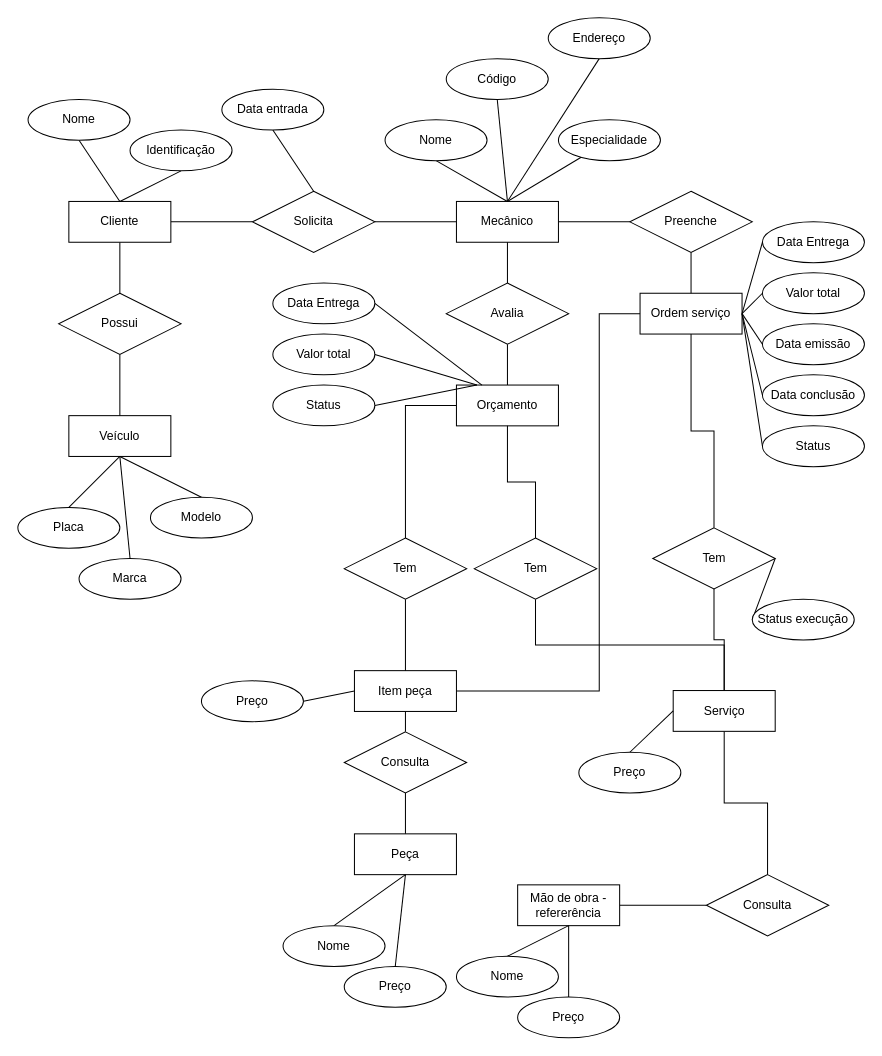
Above: modelo/Diagrama Oficina.drawio in repodi/dio-desafio-database-experience-02 (draw.io), before the change. Source tidied: cells renumbered, new cells numbered last; positions are measured from the earlier drawing's top-left corner, leaving out a move shared by most shapes. Both pictures are drawn from the tidied source at 102%, with x=0, y=0 at pixel (17, 17).
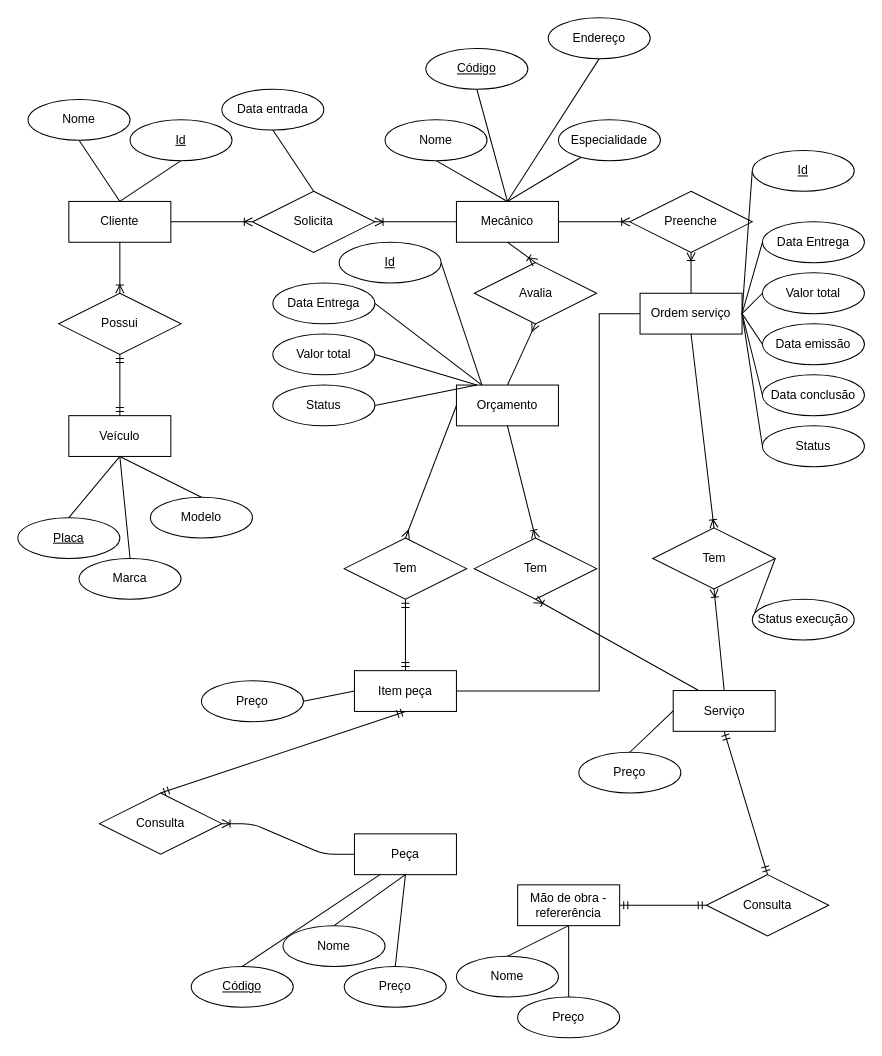
After the change.

Unchanged cells that the change refers to:
```xml
<mxCell id="3" value="Ordem serviço" style="whiteSpace=wrap;html=1;align=center;" parent="1" vertex="1">
  <mxGeometry x="610" y="270" width="100" height="40" as="geometry" />
</mxCell>
<mxCell id="6" value="Cliente" style="whiteSpace=wrap;html=1;align=center;" parent="1" vertex="1">
  <mxGeometry x="50" y="180" width="100" height="40" as="geometry" />
</mxCell>
<mxCell id="8" value="Mecânico" style="whiteSpace=wrap;html=1;align=center;" parent="1" vertex="1">
  <mxGeometry x="430" y="180" width="100" height="40" as="geometry" />
</mxCell>
<mxCell id="10" value="Item peça" style="whiteSpace=wrap;html=1;align=center;" parent="1" vertex="1">
  <mxGeometry x="330" y="640" width="100" height="40" as="geometry" />
</mxCell>
<mxCell id="12" value="Serviço" style="whiteSpace=wrap;html=1;align=center;" parent="1" vertex="1">
  <mxGeometry x="642.5" y="659.5" width="100" height="40" as="geometry" />
</mxCell>
<mxCell id="13" value="Veículo" style="whiteSpace=wrap;html=1;align=center;" parent="1" vertex="1">
  <mxGeometry x="50" y="390" width="100" height="40" as="geometry" />
</mxCell>
<mxCell id="15" value="Possui" style="shape=rhombus;perimeter=rhombusPerimeter;whiteSpace=wrap;html=1;align=center;" parent="1" vertex="1">
  <mxGeometry x="40" y="270" width="120" height="60" as="geometry" />
</mxCell>
<mxCell id="17" value="Solicita" style="shape=rhombus;perimeter=rhombusPerimeter;whiteSpace=wrap;html=1;align=center;" parent="1" vertex="1">
  <mxGeometry x="230" y="170" width="120" height="60" as="geometry" />
</mxCell>
<mxCell id="22" value="Tem" style="shape=rhombus;perimeter=rhombusPerimeter;whiteSpace=wrap;html=1;align=center;" parent="1" vertex="1">
  <mxGeometry x="320" y="510" width="120" height="60" as="geometry" />
</mxCell>
<mxCell id="24" value="Preenche" style="shape=rhombus;perimeter=rhombusPerimeter;whiteSpace=wrap;html=1;align=center;" parent="1" vertex="1">
  <mxGeometry x="600" y="170" width="120" height="60" as="geometry" />
</mxCell>
<mxCell id="26" value="Mão de obra - refererência" style="whiteSpace=wrap;html=1;align=center;" parent="1" vertex="1">
  <mxGeometry x="490" y="850" width="100" height="40" as="geometry" />
</mxCell>
<mxCell id="27" value="Peça" style="whiteSpace=wrap;html=1;align=center;" parent="1" vertex="1">
  <mxGeometry x="330" y="800" width="100" height="40" as="geometry" />
</mxCell>
<mxCell id="31" value="Consulta" style="shape=rhombus;perimeter=rhombusPerimeter;whiteSpace=wrap;html=1;align=center;" parent="1" vertex="1">
  <mxGeometry x="675" y="840" width="120" height="60" as="geometry" />
</mxCell>
<mxCell id="63" value="Orçamento" style="whiteSpace=wrap;html=1;align=center;" parent="1" vertex="1">
  <mxGeometry x="430" y="360" width="100" height="40" as="geometry" />
</mxCell>
<mxCell id="66" value="Tem" style="shape=rhombus;perimeter=rhombusPerimeter;whiteSpace=wrap;html=1;align=center;" parent="1" vertex="1">
  <mxGeometry x="447.5" y="510" width="120" height="60" as="geometry" />
</mxCell>
<mxCell id="82" value="Tem" style="shape=rhombus;perimeter=rhombusPerimeter;whiteSpace=wrap;html=1;align=center;" parent="1" vertex="1">
  <mxGeometry x="622.5" y="500" width="120" height="60" as="geometry" />
</mxCell>
```

Diff of the diagram source:
```diff
@@
-    <mxCell id="2" style="edgeStyle=orthogonalEdgeStyle;rounded=0;jettySize=auto;html=1;exitX=0.5;exitY=1;exitDx=0;exitDy=0;entryX=0.5;entryY=0;entryDx=0;entryDy=0;endArrow=none;endFill=0;" parent="1" edge="1" source="3" target="82">
-      <mxGeometry relative="1" as="geometry" />
-    </mxCell>
@@
-    <mxCell id="4" style="edgeStyle=orthogonalEdgeStyle;rounded=0;jettySize=auto;html=1;exitX=0.5;exitY=1;exitDx=0;exitDy=0;endArrow=none;endFill=0;" parent="1" edge="1" source="6" target="15">
-      <mxGeometry relative="1" as="geometry" />
-    </mxCell>
-    <mxCell id="5" style="edgeStyle=orthogonalEdgeStyle;rounded=0;jettySize=auto;html=1;exitX=1;exitY=0.5;exitDx=0;exitDy=0;entryX=0;entryY=0.5;entryDx=0;entryDy=0;endArrow=none;endFill=0;" parent="1" edge="1" source="6" target="17">
-      <mxGeometry relative="1" as="geometry" />
-    </mxCell>
@@
-    <mxCell id="7" style="edgeStyle=orthogonalEdgeStyle;rounded=0;jettySize=auto;html=1;exitX=1;exitY=0.5;exitDx=0;exitDy=0;entryX=0;entryY=0.5;entryDx=0;entryDy=0;endArrow=none;endFill=0;" parent="1" edge="1" source="8" target="24">
-      <mxGeometry relative="1" as="geometry" />
-    </mxCell>
@@
-    <mxCell id="11" style="edgeStyle=orthogonalEdgeStyle;rounded=0;jettySize=auto;html=1;exitX=0.5;exitY=1;exitDx=0;exitDy=0;entryX=0.5;entryY=0;entryDx=0;entryDy=0;endArrow=none;endFill=0;" parent="1" edge="1" source="12" target="31">
-      <mxGeometry relative="1" as="geometry" />
-    </mxCell>
@@
-    <mxCell id="14" style="edgeStyle=orthogonalEdgeStyle;rounded=0;jettySize=auto;html=1;exitX=0.5;exitY=1;exitDx=0;exitDy=0;entryX=0.5;entryY=0;entryDx=0;entryDy=0;endArrow=none;endFill=0;" parent="1" edge="1" source="15" target="13">
-      <mxGeometry relative="1" as="geometry" />
-    </mxCell>
@@
-    <mxCell id="16" style="edgeStyle=orthogonalEdgeStyle;rounded=0;jettySize=auto;html=1;exitX=1;exitY=0.5;exitDx=0;exitDy=0;endArrow=none;endFill=0;" parent="1" edge="1" source="17" target="8">
-      <mxGeometry relative="1" as="geometry" />
-    </mxCell>
@@
-    <mxCell id="18" style="edgeStyle=orthogonalEdgeStyle;rounded=0;jettySize=auto;html=1;exitX=0.5;exitY=0;exitDx=0;exitDy=0;entryX=0.5;entryY=1;entryDx=0;entryDy=0;endArrow=none;endFill=0;" parent="1" edge="1" source="20" target="8">
-      <mxGeometry relative="1" as="geometry" />
-    </mxCell>
-    <mxCell id="19" style="edgeStyle=orthogonalEdgeStyle;rounded=0;jettySize=auto;html=1;exitX=0.5;exitY=1;exitDx=0;exitDy=0;entryX=0.5;entryY=0;entryDx=0;entryDy=0;endArrow=none;endFill=0;" parent="1" edge="1" source="20" target="63">
-      <mxGeometry relative="1" as="geometry" />
-    </mxCell>
     <mxCell id="20" value="Avalia" style="shape=rhombus;perimeter=rhombusPerimeter;whiteSpace=wrap;html=1;align=center;" parent="1" vertex="1">
-      <mxGeometry x="420" y="260" width="120" height="60" as="geometry" />
+      <mxGeometry x="447.5" y="240" width="120" height="60" as="geometry" />
     </mxCell>
-    <mxCell id="21" style="edgeStyle=orthogonalEdgeStyle;rounded=0;jettySize=auto;html=1;exitX=0.5;exitY=1;exitDx=0;exitDy=0;entryX=0.5;entryY=0;entryDx=0;entryDy=0;endArrow=none;endFill=0;" parent="1" edge="1" source="22" target="10">
-      <mxGeometry relative="1" as="geometry" />
-    </mxCell>
@@
-    <mxCell id="23" style="edgeStyle=orthogonalEdgeStyle;rounded=0;jettySize=auto;html=1;exitX=0.5;exitY=1;exitDx=0;exitDy=0;entryX=0.5;entryY=0;entryDx=0;entryDy=0;endArrow=none;endFill=0;" parent="1" edge="1" source="24" target="3">
-      <mxGeometry relative="1" as="geometry" />
-    </mxCell>
@@
-    <mxCell id="25" style="edgeStyle=orthogonalEdgeStyle;rounded=0;jettySize=auto;html=1;exitX=1;exitY=0.5;exitDx=0;exitDy=0;entryX=0;entryY=0.5;entryDx=0;entryDy=0;endArrow=none;endFill=0;" parent="1" edge="1" source="26" target="31">
-      <mxGeometry relative="1" as="geometry" />
-    </mxCell>
@@
-    <mxCell id="28" style="edgeStyle=orthogonalEdgeStyle;rounded=0;jettySize=auto;html=1;exitX=0.5;exitY=0;exitDx=0;exitDy=0;entryX=0.5;entryY=1;entryDx=0;entryDy=0;endArrow=none;endFill=0;" parent="1" edge="1" source="30" target="10">
-      <mxGeometry relative="1" as="geometry" />
-    </mxCell>
-    <mxCell id="29" style="edgeStyle=orthogonalEdgeStyle;rounded=0;jettySize=auto;html=1;exitX=0.5;exitY=1;exitDx=0;exitDy=0;endArrow=none;endFill=0;" parent="1" edge="1" source="30" target="27">
-      <mxGeometry relative="1" as="geometry" />
-    </mxCell>
     <mxCell id="30" value="Consulta" style="shape=rhombus;perimeter=rhombusPerimeter;whiteSpace=wrap;html=1;align=center;" parent="1" vertex="1">
-      <mxGeometry x="320" y="700" width="120" height="60" as="geometry" />
+      <mxGeometry x="80" y="760" width="120" height="60" as="geometry" />
     </mxCell>
@@
-    <mxCell id="34" style="edgeStyle=none;rounded=0;jettySize=auto;html=1;exitX=0.5;exitY=1;exitDx=0;exitDy=0;endArrow=none;endFill=0;" parent="1" edge="1" source="35">
-      <mxGeometry relative="1" as="geometry">
-        <mxPoint x="100" y="180" as="targetPoint" />
-      </mxGeometry>
+    <mxCell id="34" style="edgeStyle=none;rounded=0;jettySize=auto;html=1;exitX=0.5;exitY=1;exitDx=0;exitDy=0;endArrow=none;endFill=0;entryX=0.5;entryY=0;entryDx=0;entryDy=0;" parent="1" edge="1" source="90" target="6">
+      <mxGeometry relative="1" as="geometry" />
     </mxCell>
-    <mxCell id="35" value="Identificação" style="ellipse;whiteSpace=wrap;html=1;align=center;" parent="1" vertex="1">
-      <mxGeometry x="110" y="110" width="100" height="40" as="geometry" />
-    </mxCell>
@@
-    <mxCell id="37" value="Placa" style="ellipse;whiteSpace=wrap;html=1;align=center;" parent="1" vertex="1">
-      <mxGeometry y="480" width="100" height="40" as="geometry" />
-    </mxCell>
@@
-    <mxCell id="44" style="edgeStyle=none;rounded=0;jettySize=auto;html=1;exitX=0.5;exitY=1;exitDx=0;exitDy=0;endArrow=none;endFill=0;" parent="1" edge="1" source="45">
+    <mxCell id="44" style="edgeStyle=none;rounded=0;jettySize=auto;html=1;exitX=0.5;exitY=1;exitDx=0;exitDy=0;endArrow=none;endFill=0;" parent="1" edge="1" source="91">
       <mxGeometry relative="1" as="geometry">
         <mxPoint x="480" y="180" as="targetPoint" />
       </mxGeometry>
     </mxCell>
-    <mxCell id="45" value="Código" style="ellipse;whiteSpace=wrap;html=1;align=center;" parent="1" vertex="1">
-      <mxGeometry x="420" y="40" width="100" height="40" as="geometry" />
-    </mxCell>
@@
-    <mxCell id="62" style="edgeStyle=orthogonalEdgeStyle;rounded=0;jettySize=auto;html=1;exitX=0;exitY=0.5;exitDx=0;exitDy=0;entryX=0.5;entryY=0;entryDx=0;entryDy=0;endArrow=none;endFill=0;" parent="1" edge="1" source="63" target="22">
-      <mxGeometry relative="1" as="geometry" />
-    </mxCell>
@@
-    <mxCell id="64" style="edgeStyle=orthogonalEdgeStyle;rounded=0;jettySize=auto;html=1;exitX=0.5;exitY=1;exitDx=0;exitDy=0;entryX=0.5;entryY=0;entryDx=0;entryDy=0;endArrow=none;endFill=0;" parent="1" edge="1" source="66" target="12">
-      <mxGeometry relative="1" as="geometry" />
-    </mxCell>
-    <mxCell id="65" style="edgeStyle=orthogonalEdgeStyle;rounded=0;jettySize=auto;html=1;exitX=0.5;exitY=0;exitDx=0;exitDy=0;entryX=0.5;entryY=1;entryDx=0;entryDy=0;endArrow=none;endFill=0;" parent="1" edge="1" source="66" target="63">
-      <mxGeometry relative="1" as="geometry" />
-    </mxCell>
@@
-    <mxCell id="81" style="edgeStyle=orthogonalEdgeStyle;rounded=0;jettySize=auto;html=1;exitX=0.5;exitY=1;exitDx=0;exitDy=0;entryX=0.5;entryY=0;entryDx=0;entryDy=0;endArrow=none;endFill=0;" parent="1" edge="1" source="82" target="12">
-      <mxGeometry relative="1" as="geometry" />
-    </mxCell>
@@
+    <mxCell id="4" style="fontSize=12;html=1;endArrow=ERoneToMany;exitX=0.5;exitY=1;exitDx=0;exitDy=0;entryX=0.5;entryY=0;entryDx=0;entryDy=0;" parent="1" edge="1" source="6" target="15">
+      <mxGeometry relative="1" as="geometry" />
+    </mxCell>
+    <mxCell id="89" style="fontSize=12;html=1;endArrow=ERmandOne;startArrow=ERmandOne;exitX=0.5;exitY=0;exitDx=0;exitDy=0;entryX=0.5;entryY=1;entryDx=0;entryDy=0;" parent="1" edge="1" source="13" target="15">
+      <mxGeometry relative="1" as="geometry" />
+    </mxCell>
+    <mxCell id="90" value="Id" style="ellipse;whiteSpace=wrap;html=1;align=center;fontStyle=4;" parent="1" vertex="1">
+      <mxGeometry x="110" y="100" width="100" height="40" as="geometry" />
+    </mxCell>
+    <mxCell id="91" value="Código" style="ellipse;whiteSpace=wrap;html=1;align=center;fontStyle=4;" parent="1" vertex="1">
+      <mxGeometry x="400" y="30" width="100" height="40" as="geometry" />
+    </mxCell>
+    <mxCell id="5" style="edgeStyle=entityRelationEdgeStyle;fontSize=12;html=1;endArrow=ERoneToMany;exitX=1;exitY=0.5;exitDx=0;exitDy=0;entryX=0;entryY=0.5;entryDx=0;entryDy=0;" parent="1" edge="1" source="6" target="17">
+      <mxGeometry relative="1" as="geometry" />
+    </mxCell>
+    <mxCell id="92" style="fontSize=12;html=1;endArrow=ERoneToMany;entryX=1;entryY=0.5;entryDx=0;entryDy=0;" parent="1" edge="1" target="17">
+      <mxGeometry relative="1" as="geometry">
+        <mxPoint x="430" y="200" as="sourcePoint" />
+      </mxGeometry>
+    </mxCell>
+    <mxCell id="7" style="fontSize=12;html=1;endArrow=ERoneToMany;exitX=1;exitY=0.5;exitDx=0;exitDy=0;entryX=0;entryY=0.5;entryDx=0;entryDy=0;" parent="1" edge="1" source="8" target="24">
+      <mxGeometry relative="1" as="geometry" />
+    </mxCell>
+    <mxCell id="93" style="edgeStyle=none;html=1;exitX=0;exitY=0.5;exitDx=0;exitDy=0;endArrow=none;endFill=0;" parent="1" edge="1" source="94">
+      <mxGeometry relative="1" as="geometry">
+        <mxPoint x="710" y="290" as="targetPoint" />
+      </mxGeometry>
+    </mxCell>
+    <mxCell id="94" value="Id" style="ellipse;whiteSpace=wrap;html=1;align=center;fontStyle=4;" parent="1" vertex="1">
+      <mxGeometry x="720" y="130" width="100" height="40" as="geometry" />
+    </mxCell>
+    <mxCell id="95" style="fontSize=12;html=1;endArrow=ERoneToMany;exitX=0.5;exitY=0;exitDx=0;exitDy=0;entryX=0.5;entryY=1;entryDx=0;entryDy=0;" parent="1" edge="1" source="3" target="24">
+      <mxGeometry relative="1" as="geometry" />
+    </mxCell>
+    <mxCell id="96" style="fontSize=12;html=1;endArrow=ERoneToMany;entryX=0.5;entryY=0;entryDx=0;entryDy=0;exitX=0.5;exitY=1;exitDx=0;exitDy=0;" parent="1" edge="1" source="8" target="20">
+      <mxGeometry relative="1" as="geometry" />
+    </mxCell>
+    <mxCell id="97" style="fontSize=12;html=1;endArrow=ERmany;entryX=0.5;entryY=1;entryDx=0;entryDy=0;exitX=0.5;exitY=0;exitDx=0;exitDy=0;" parent="1" edge="1" source="63" target="20">
+      <mxGeometry relative="1" as="geometry" />
+    </mxCell>
+    <mxCell id="98" style="edgeStyle=none;html=1;exitX=1;exitY=0.5;exitDx=0;exitDy=0;entryX=0.25;entryY=0;entryDx=0;entryDy=0;endArrow=none;endFill=0;" parent="1" edge="1" source="99" target="63">
+      <mxGeometry relative="1" as="geometry" />
+    </mxCell>
+    <mxCell id="99" value="Id" style="ellipse;whiteSpace=wrap;html=1;align=center;fontStyle=4;" parent="1" vertex="1">
+      <mxGeometry x="315" y="220" width="100" height="40" as="geometry" />
+    </mxCell>
+    <mxCell id="37" value="Placa" style="ellipse;whiteSpace=wrap;html=1;align=center;fontStyle=4;" parent="1" vertex="1">
+      <mxGeometry y="490" width="100" height="40" as="geometry" />
+    </mxCell>
+    <mxCell id="62" style="fontSize=12;html=1;endArrow=ERmany;entryX=0.5;entryY=0;entryDx=0;entryDy=0;exitX=0;exitY=0.5;exitDx=0;exitDy=0;" parent="1" edge="1" source="63" target="22">
+      <mxGeometry relative="1" as="geometry" />
+    </mxCell>
+    <mxCell id="100" style="fontSize=12;html=1;endArrow=ERmandOne;startArrow=ERmandOne;exitX=0.5;exitY=0;exitDx=0;exitDy=0;entryX=0.5;entryY=1;entryDx=0;entryDy=0;" parent="1" edge="1" source="10" target="22">
+      <mxGeometry relative="1" as="geometry" />
+    </mxCell>
+    <mxCell id="101" style="edgeStyle=none;html=1;exitX=0.5;exitY=0;exitDx=0;exitDy=0;entryX=0.25;entryY=1;entryDx=0;entryDy=0;endArrow=none;endFill=0;" parent="1" edge="1" source="102" target="27">
+      <mxGeometry relative="1" as="geometry" />
+    </mxCell>
+    <mxCell id="102" value="Código" style="ellipse;whiteSpace=wrap;html=1;align=center;fontStyle=4;" parent="1" vertex="1">
+      <mxGeometry x="170" y="930" width="100" height="40" as="geometry" />
+    </mxCell>
+    <mxCell id="28" style="fontSize=12;html=1;endArrow=ERmandOne;startArrow=ERmandOne;entryX=0.5;entryY=1;entryDx=0;entryDy=0;exitX=0.5;exitY=0;exitDx=0;exitDy=0;" parent="1" edge="1" source="30" target="10">
+      <mxGeometry relative="1" as="geometry" />
+    </mxCell>
+    <mxCell id="103" style="edgeStyle=entityRelationEdgeStyle;fontSize=12;html=1;endArrow=ERoneToMany;exitX=0;exitY=0.5;exitDx=0;exitDy=0;" parent="1" edge="1" source="27" target="30">
+      <mxGeometry relative="1" as="geometry" />
+    </mxCell>
+    <mxCell id="104" style="fontSize=12;html=1;endArrow=ERoneToMany;exitX=0.5;exitY=1;exitDx=0;exitDy=0;entryX=0.5;entryY=0;entryDx=0;entryDy=0;" parent="1" edge="1" source="63" target="66">
+      <mxGeometry relative="1" as="geometry" />
+    </mxCell>
+    <mxCell id="105" style="fontSize=12;html=1;endArrow=ERoneToMany;entryX=0.5;entryY=1;entryDx=0;entryDy=0;exitX=0.25;exitY=0;exitDx=0;exitDy=0;" parent="1" edge="1" source="12" target="66">
+      <mxGeometry relative="1" as="geometry" />
+    </mxCell>
+    <mxCell id="106" style="fontSize=12;html=1;endArrow=ERmandOne;startArrow=ERmandOne;entryX=0.5;entryY=1;entryDx=0;entryDy=0;exitX=0.5;exitY=0;exitDx=0;exitDy=0;" parent="1" edge="1" source="31" target="12">
+      <mxGeometry relative="1" as="geometry" />
+    </mxCell>
+    <mxCell id="25" style="edgeStyle=entityRelationEdgeStyle;fontSize=12;html=1;endArrow=ERmandOne;startArrow=ERmandOne;exitX=1;exitY=0.5;exitDx=0;exitDy=0;" parent="1" edge="1" source="26" target="31">
+      <mxGeometry relative="1" as="geometry" />
+    </mxCell>
+    <mxCell id="2" style="fontSize=12;html=1;endArrow=ERoneToMany;entryX=0.5;entryY=0;entryDx=0;entryDy=0;exitX=0.5;exitY=1;exitDx=0;exitDy=0;" parent="1" edge="1" source="3" target="82">
+      <mxGeometry relative="1" as="geometry" />
+    </mxCell>
+    <mxCell id="107" style="fontSize=12;html=1;endArrow=ERoneToMany;exitX=0.5;exitY=0;exitDx=0;exitDy=0;entryX=0.5;entryY=1;entryDx=0;entryDy=0;" parent="1" edge="1" source="12" target="82">
+      <mxGeometry relative="1" as="geometry" />
+    </mxCell>
```
